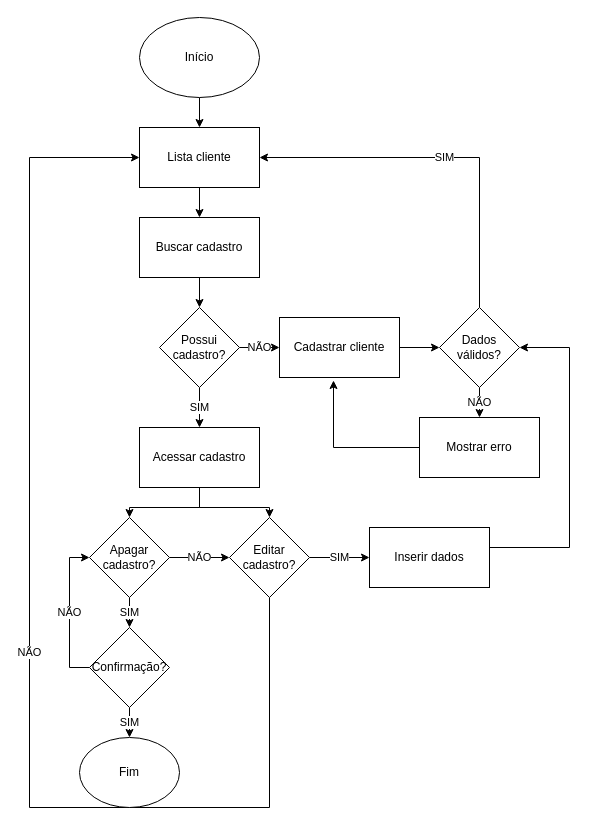
The draw.io diagram page "Página-1" (1 of 6) of Fluxograma.drawio in mariavi00/AppEquipe, before the edit. Source tidied: cells renumbered, new cells numbered last; positions are measured from the earlier drawing's top-left corner, leaving out a move shared by most shapes. Both pictures are drawn from the tidied source at 100%, with x=0, y=0 at pixel (29, 17).
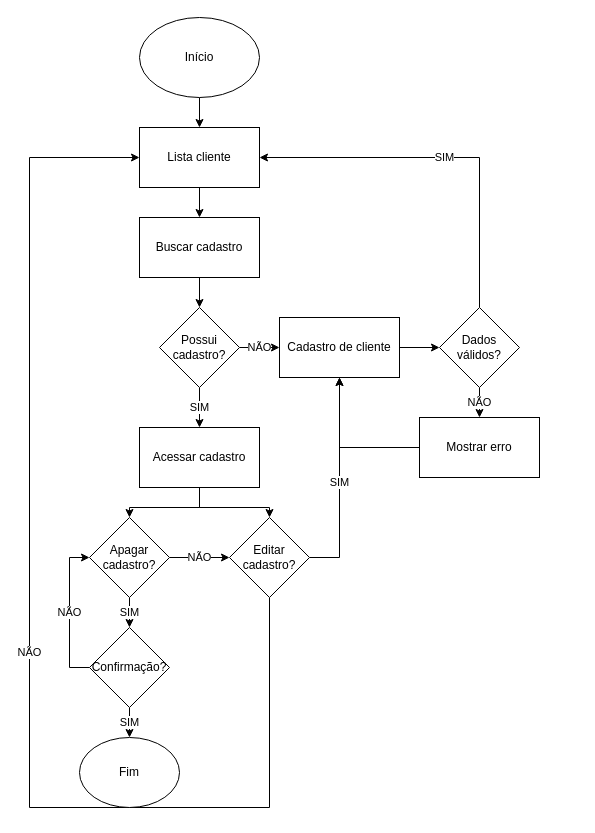
After the change.

The change refers to these unchanged cells:
```xml
<mxCell id="15" value="Dados válidos?" style="rhombus;whiteSpace=wrap;html=1;" parent="1" vertex="1">
  <mxGeometry x="410" y="290" width="80" height="80" as="geometry" />
</mxCell>
<mxCell id="16" value="Mostrar erro" style="whiteSpace=wrap;html=1;" parent="1" vertex="1">
  <mxGeometry x="390" y="400" width="120" height="60" as="geometry" />
</mxCell>
<mxCell id="26" value="Editar cadastro?" style="rhombus;whiteSpace=wrap;html=1;" parent="1" vertex="1">
  <mxGeometry x="200" y="500" width="80" height="80" as="geometry" />
</mxCell>
```

Diff of the diagram source:
```diff
@@
-    <mxCell id="12" value="Cadastrar cliente" style="whiteSpace=wrap;html=1;" parent="1" vertex="1">
+    <mxCell id="12" value="Cadastro de cliente" style="whiteSpace=wrap;html=1;" parent="1" vertex="1">
       <mxGeometry x="250" y="300" width="120" height="60" as="geometry" />
     </mxCell>
@@
+    <mxCell id="17" style="edgeStyle=orthogonalEdgeStyle;rounded=0;jettySize=auto;html=1;exitX=0;exitY=0.5;exitDx=0;exitDy=0;" parent="1" edge="1" source="16" target="12">
+      <mxGeometry relative="1" as="geometry" />
+    </mxCell>
@@
-    <mxCell id="17" style="edgeStyle=orthogonalEdgeStyle;rounded=0;jettySize=auto;html=1;entryX=0.45;entryY=1.05;entryDx=0;entryDy=0;entryPerimeter=0;" parent="1" edge="1" source="16" target="12">
-      <mxGeometry relative="1" as="geometry" />
-    </mxCell>
@@
-    <mxCell id="25" value="SIM" style="edgeStyle=orthogonalEdgeStyle;rounded=0;jettySize=auto;html=1;" parent="1" edge="1" source="26" target="28">
+    <mxCell id="25" value="SIM" style="edgeStyle=orthogonalEdgeStyle;rounded=0;jettySize=auto;html=1;entryX=0.5;entryY=1;entryDx=0;entryDy=0;" parent="1" edge="1" source="26" target="12">
       <mxGeometry relative="1" as="geometry">
         <Array as="points">
-          <mxPoint x="310" y="540" />
           <mxPoint x="310" y="540" />
         </Array>
       </mxGeometry>
     </mxCell>
@@
-    <mxCell id="27" style="edgeStyle=orthogonalEdgeStyle;rounded=0;jettySize=auto;html=1;entryX=1;entryY=0.5;entryDx=0;entryDy=0;" parent="1" edge="1" source="28" target="15">
-      <mxGeometry relative="1" as="geometry">
-        <Array as="points">
-          <mxPoint x="540" y="530" />
-          <mxPoint x="540" y="330" />
-        </Array>
-      </mxGeometry>
-    </mxCell>
-    <mxCell id="28" value="Inserir dados" style="whiteSpace=wrap;html=1;" parent="1" vertex="1">
-      <mxGeometry x="340" y="510" width="120" height="60" as="geometry" />
-    </mxCell>
```
